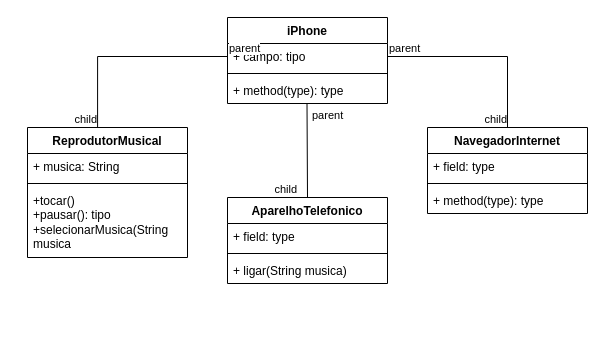
Above: Diagrama sem nome.drawio in IgorRondon7/Dio_Java_Codigos (draw.io), before the change. Source tidied: cells renumbered, new cells numbered last; positions are measured from the earlier drawing's top-left corner, leaving out a move shared by most shapes. Both pictures are drawn from the tidied source at 100%, with x=0, y=0 at pixel (27, 17).
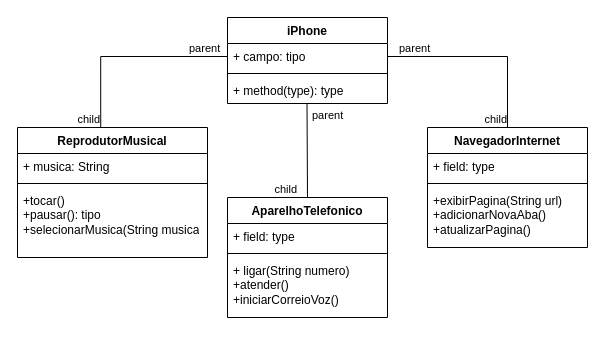
After the change.

Unchanged cells that the change refers to:
```xml
<mxCell id="14" style="endArrow=none;html=1;edgeStyle=orthogonalEdgeStyle;rounded=0;exitX=0;exitY=0.5;exitDx=0;exitDy=0;entryX=0.438;entryY=0;entryDx=0;entryDy=0;entryPerimeter=0;" parent="1" edge="1" source="3" target="6">
  <mxGeometry relative="1" as="geometry" />
</mxCell>
<mxCell id="17" style="endArrow=none;html=1;edgeStyle=orthogonalEdgeStyle;rounded=0;exitX=1;exitY=0.5;exitDx=0;exitDy=0;entryX=0.5;entryY=0;entryDx=0;entryDy=0;" parent="1" edge="1" source="3" target="10">
  <mxGeometry relative="1" as="geometry" />
</mxCell>
```

Change to the diagram source:
```diff
@@
     <mxCell id="6" value="ReprodutorMusical" style="swimlane;fontStyle=1;align=center;verticalAlign=top;horizontal=1;startSize=26;whiteSpace=wrap;html=1;" parent="1" vertex="1">
-      <mxGeometry y="110" width="160" height="130" as="geometry" />
+      <mxGeometry x="-10" y="110" width="190" height="130" as="geometry" />
     </mxCell>
     <mxCell id="7" value="+ musica: String" style="text;strokeColor=none;fillColor=none;align=left;verticalAlign=top;spacingLeft=4;spacingRight=4;overflow=hidden;whiteSpace=wrap;html=1;" parent="6" vertex="1">
-      <mxGeometry y="26" width="160" height="26" as="geometry" />
+      <mxGeometry y="26" width="190" height="26" as="geometry" />
     </mxCell>
     <mxCell id="8" style="line;strokeWidth=1;fillColor=none;align=left;verticalAlign=middle;spacingTop=-1;spacingLeft=3;spacingRight=3;labelPosition=right;strokeColor=inherit;" parent="6" vertex="1">
-      <mxGeometry y="52" width="160" height="8" as="geometry" />
+      <mxGeometry y="52" width="190" height="8" as="geometry" />
     </mxCell>
     <mxCell id="9" value="&lt;div&gt;+tocar()&lt;/div&gt;+pausar(): tipo&lt;div&gt;+selecionarMusica(String musica&lt;/div&gt;" style="text;strokeColor=none;fillColor=none;align=left;verticalAlign=top;spacingLeft=4;spacingRight=4;overflow=hidden;whiteSpace=wrap;html=1;" parent="6" vertex="1">
-      <mxGeometry y="60" width="160" height="70" as="geometry" />
+      <mxGeometry y="60" width="190" height="70" as="geometry" />
     </mxCell>
     <mxCell id="10" value="NavegadorInternet" style="swimlane;fontStyle=1;align=center;verticalAlign=top;horizontal=1;startSize=26;whiteSpace=wrap;html=1;" parent="1" vertex="1">
-      <mxGeometry x="400" y="110" width="160" height="86" as="geometry" />
+      <mxGeometry x="400" y="110" width="160" height="120" as="geometry" />
     </mxCell>
@@
-    <mxCell id="13" value="+ method(type): type" style="text;strokeColor=none;fillColor=none;align=left;verticalAlign=top;spacingLeft=4;spacingRight=4;overflow=hidden;whiteSpace=wrap;html=1;" parent="10" vertex="1">
-      <mxGeometry y="60" width="160" height="26" as="geometry" />
+    <mxCell id="13" value="+exibirPagina(String url)&lt;div&gt;+adicionarNovaAba()&lt;/div&gt;&lt;div&gt;+atualizarPagina()&lt;/div&gt;" style="text;strokeColor=none;fillColor=none;align=left;verticalAlign=top;spacingLeft=4;spacingRight=4;overflow=hidden;whiteSpace=wrap;html=1;" parent="10" vertex="1">
+      <mxGeometry y="60" width="160" height="60" as="geometry" />
     </mxCell>
@@
     <mxCell id="15" value="parent" style="edgeLabel;html=1;align=left;verticalAlign=bottom;" parent="14" vertex="1">
-      <mxGeometry x="-1" relative="1" as="geometry" />
+      <mxGeometry x="-1" relative="1" as="geometry">
+        <mxPoint x="-40" as="offset" />
+      </mxGeometry>
     </mxCell>
@@
     <mxCell id="18" value="parent" style="edgeLabel;html=1;align=left;verticalAlign=bottom;" parent="17" vertex="1">
-      <mxGeometry x="-1" relative="1" as="geometry" />
+      <mxGeometry x="-1" relative="1" as="geometry">
+        <mxPoint x="10" as="offset" />
+      </mxGeometry>
     </mxCell>
@@
     <mxCell id="20" value="AparelhoTelefonico" style="swimlane;fontStyle=1;align=center;verticalAlign=top;horizontal=1;startSize=26;whiteSpace=wrap;html=1;" parent="1" vertex="1">
-      <mxGeometry x="200" y="180" width="160" height="86" as="geometry" />
+      <mxGeometry x="200" y="180" width="160" height="120" as="geometry" />
     </mxCell>
@@
-    <mxCell id="23" value="+ ligar(String musica)" style="text;strokeColor=none;fillColor=none;align=left;verticalAlign=top;spacingLeft=4;spacingRight=4;overflow=hidden;whiteSpace=wrap;html=1;" parent="20" vertex="1">
-      <mxGeometry y="60" width="160" height="26" as="geometry" />
+    <mxCell id="23" value="+ ligar(String numero)&lt;div&gt;+atender()&lt;/div&gt;&lt;div&gt;+iniciarCorreioVoz()&lt;/div&gt;" style="text;strokeColor=none;fillColor=none;align=left;verticalAlign=top;spacingLeft=4;spacingRight=4;overflow=hidden;whiteSpace=wrap;html=1;" parent="20" vertex="1">
+      <mxGeometry y="60" width="160" height="60" as="geometry" />
     </mxCell>
```
